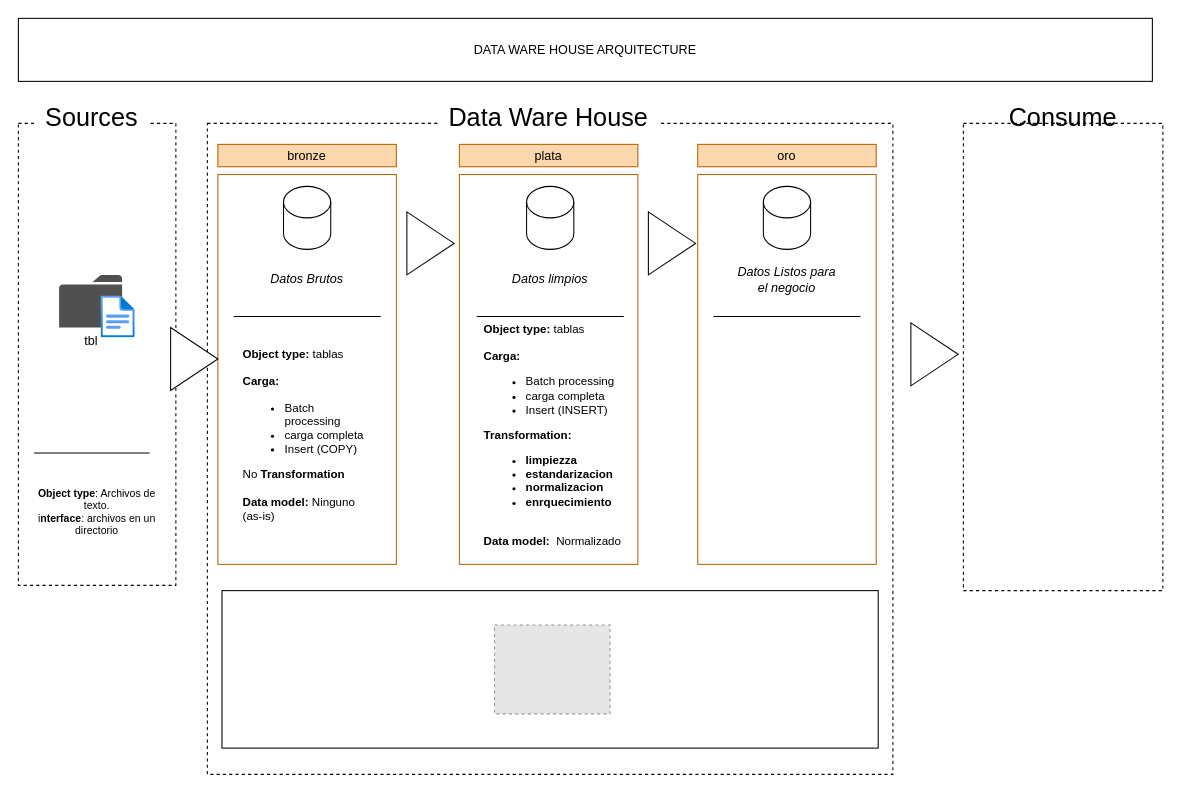
Before: docs/arquitectura.drawio in CaletOrtiz/sql-datawarehouse-project, a draw.io diagram. Source tidied: cells renumbered, new cells numbered last; positions are measured from the earlier drawing's top-left corner, leaving out a move shared by most shapes. Both pictures are drawn from the tidied source at 105%, with x=0, y=0 at pixel (18, 18). Pictures stored in the file or linked from it are replaced by grey dashed boxes.
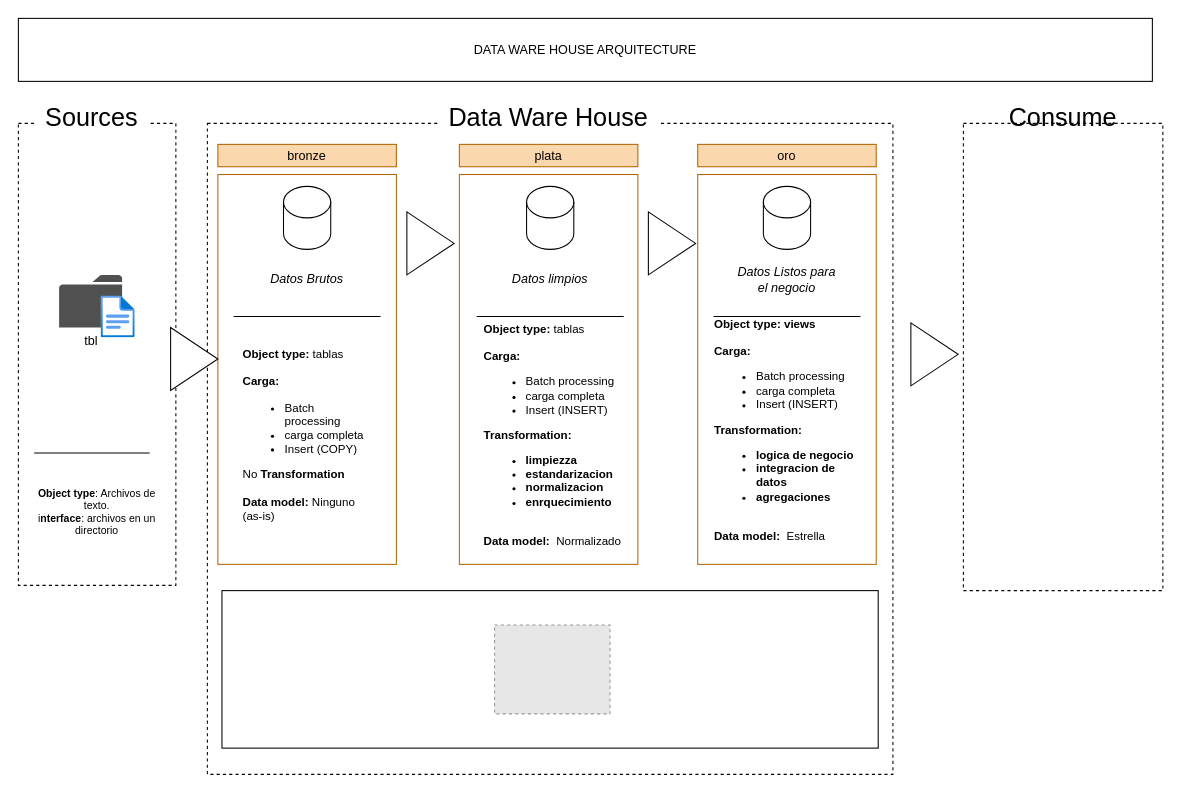
Above is the later version.

Commit message (it also covers changes not shown here):
Update diagrams and documentation for ORO schema; adjust dimensions, add new entities, and clarify ETL validation details

What changed in the source:
```diff
@@
+    <mxCell id="36" value="&lt;div style=&quot;text-align: start;&quot;&gt;&lt;b&gt;Object type: views&lt;/b&gt;&lt;/div&gt;&lt;div style=&quot;text-align: start;&quot;&gt;&lt;b style=&quot;background-color: transparent; color: light-dark(rgb(0, 0, 0), rgb(255, 255, 255));&quot;&gt;&lt;br&gt;&lt;/b&gt;&lt;/div&gt;&lt;div style=&quot;text-align: start;&quot;&gt;&lt;b style=&quot;background-color: transparent; color: light-dark(rgb(0, 0, 0), rgb(255, 255, 255));&quot;&gt;Carga:&amp;nbsp;&lt;/b&gt;&lt;/div&gt;&lt;div style=&quot;text-align: start;&quot;&gt;&lt;ul&gt;&lt;li&gt;&lt;span style=&quot;background-color: transparent; color: light-dark(rgb(0, 0, 0), rgb(255, 255, 255));&quot;&gt;Batch processing&lt;/span&gt;&lt;/li&gt;&lt;li&gt;carga completa&lt;/li&gt;&lt;li&gt;Insert (INSERT)&lt;/li&gt;&lt;/ul&gt;&lt;b&gt;Transformation:&lt;/b&gt;&lt;/div&gt;&lt;div style=&quot;text-align: start;&quot;&gt;&lt;ul&gt;&lt;li&gt;&lt;b&gt;logica de negocio&lt;/b&gt;&lt;/li&gt;&lt;li&gt;&lt;b&gt;integracion de datos&lt;/b&gt;&lt;/li&gt;&lt;li&gt;&lt;b&gt;agregaciones&lt;/b&gt;&lt;/li&gt;&lt;/ul&gt;&lt;/div&gt;&lt;div style=&quot;text-align: start;&quot;&gt;&lt;br&gt;&lt;/div&gt;&lt;div style=&quot;text-align: start;&quot;&gt;&lt;b&gt;Data model: &lt;/b&gt;&amp;nbsp;Estrella&lt;/div&gt;" style="text;html=1;whiteSpace=wrap;strokeColor=none;fillColor=none;align=center;verticalAlign=middle;rounded=0;fontSize=11;" parent="1" vertex="1">
+      <mxGeometry x="662" y="304.4" width="140" height="175.7" as="geometry" />
+    </mxCell>
```
